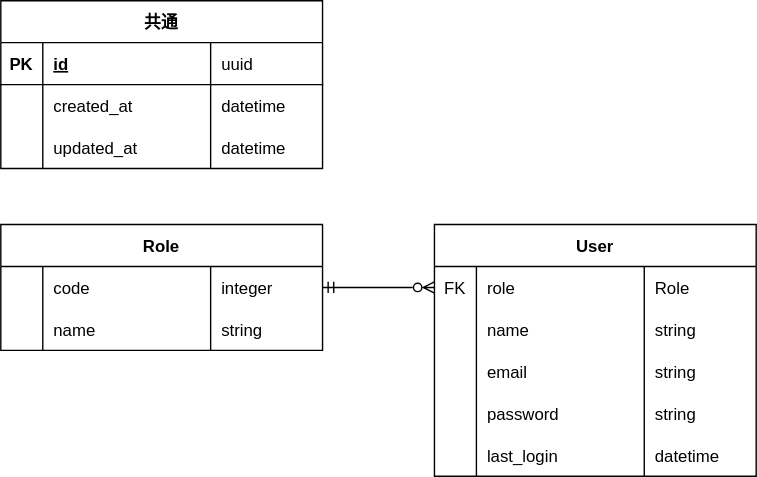
This is 10_docs/ER.svg from pisces2336/ec-portfolio, a draw.io export, as it was before one commit. Source tidied: cells renumbered, new cells last; positions are measured from the earlier drawing's top-left corner, leaving out a move shared by most shapes.
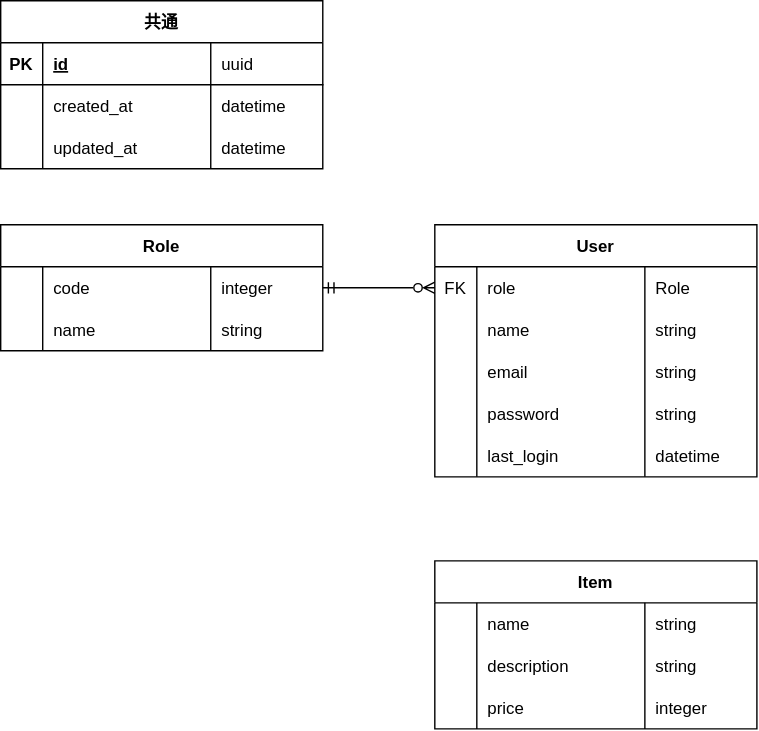
Later version of the same file.

What changed in the source:
```diff
@@ -134,5 +134,44 @@
     <mxCell id="45" value="datetime" style="shape=partialRectangle;fillColor=none;top=0;left=0;bottom=0;right=0;align=left;spacingLeft=6;overflow=hidden;" parent="42" vertex="1">
       <mxGeometry x="150" width="80" height="30" as="geometry" />
     </mxCell>
+    <mxCell id="46" value="Item" style="shape=table;startSize=30;rowLines=0;fontStyle=1;align=center;fillColor=none;" parent="1" vertex="1">
+      <mxGeometry x="310" y="400" width="230" height="120" as="geometry" />
+    </mxCell>
+    <mxCell id="47" style="shape=tableRow;horizontal=0;startSize=0;swimlaneHead=0;swimlaneBody=0;fillColor=none;top=0;left=0;right=0;bottom=0;" parent="46" vertex="1">
+      <mxGeometry y="30" width="230" height="30" as="geometry" />
+    </mxCell>
+    <mxCell id="48" style="shape=partialRectangle;fillColor=none;top=0;left=0;bottom=0;right=0;overflow=hidden;" parent="47" vertex="1">
+      <mxGeometry width="30" height="30" as="geometry" />
+    </mxCell>
+    <mxCell id="49" value="name" style="shape=partialRectangle;fillColor=none;top=0;left=0;bottom=0;right=0;align=left;spacingLeft=6;overflow=hidden;" parent="47" vertex="1">
+      <mxGeometry x="30" width="120" height="30" as="geometry" />
+    </mxCell>
+    <mxCell id="50" value="string" style="shape=partialRectangle;fillColor=none;top=0;left=0;bottom=0;right=0;align=left;spacingLeft=6;overflow=hidden;" parent="47" vertex="1">
+      <mxGeometry x="150" width="80" height="30" as="geometry" />
+    </mxCell>
+    <mxCell id="51" style="shape=tableRow;horizontal=0;startSize=0;swimlaneHead=0;swimlaneBody=0;fillColor=none;top=0;left=0;right=0;bottom=0;" parent="46" vertex="1">
+      <mxGeometry y="60" width="230" height="30" as="geometry" />
+    </mxCell>
+    <mxCell id="52" style="shape=partialRectangle;fillColor=none;top=0;left=0;bottom=0;right=0;overflow=hidden;" parent="51" vertex="1">
+      <mxGeometry width="30" height="30" as="geometry" />
+    </mxCell>
+    <mxCell id="53" value="description" style="shape=partialRectangle;fillColor=none;top=0;left=0;bottom=0;right=0;align=left;spacingLeft=6;overflow=hidden;" parent="51" vertex="1">
+      <mxGeometry x="30" width="120" height="30" as="geometry" />
+    </mxCell>
+    <mxCell id="54" value="string" style="shape=partialRectangle;fillColor=none;top=0;left=0;bottom=0;right=0;align=left;spacingLeft=6;overflow=hidden;" parent="51" vertex="1">
+      <mxGeometry x="150" width="80" height="30" as="geometry" />
+    </mxCell>
+    <mxCell id="55" style="shape=tableRow;horizontal=0;startSize=0;swimlaneHead=0;swimlaneBody=0;fillColor=none;top=0;left=0;right=0;bottom=0;" parent="46" vertex="1">
+      <mxGeometry y="90" width="230" height="30" as="geometry" />
+    </mxCell>
+    <mxCell id="56" style="shape=partialRectangle;fillColor=none;top=0;left=0;bottom=0;right=0;overflow=hidden;" parent="55" vertex="1">
+      <mxGeometry width="30" height="30" as="geometry" />
+    </mxCell>
+    <mxCell id="57" value="price" style="shape=partialRectangle;fillColor=none;top=0;left=0;bottom=0;right=0;align=left;spacingLeft=6;overflow=hidden;" parent="55" vertex="1">
+      <mxGeometry x="30" width="120" height="30" as="geometry" />
+    </mxCell>
+    <mxCell id="58" value="integer" style="shape=partialRectangle;fillColor=none;top=0;left=0;bottom=0;right=0;align=left;spacingLeft=6;overflow=hidden;" parent="55" vertex="1">
+      <mxGeometry x="150" width="80" height="30" as="geometry" />
+    </mxCell>
   </root>
 </mxGraphModel>
```
